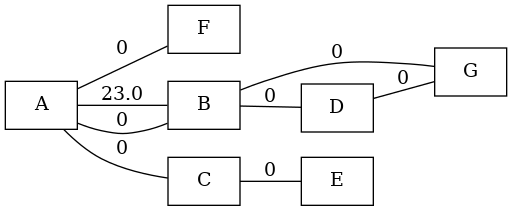
Earlier version of the Graphviz export test.gv.png (luisferuam/edyl-graph). Its source is kept beside it as test.gv.
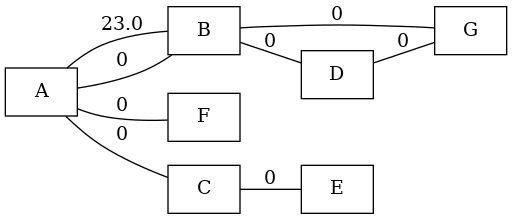
Later version of the same file.

What changed in the source:
```diff
@@ -2,19 +2,19 @@
   rankdir=LR;
 
   G[shape=box]
+  B[shape=box]
+  E[shape=box]
   F[shape=box]
-  D[shape=box]
-  E[shape=box]
-  B[shape=box]
   C[shape=box]
   A[shape=box]
+  D[shape=box]
 
+  D -- G[label="0"]
+  A -- B[label="23.0"]
+  A -- B[label="0"]
+  A -- F[label="0"]
+  C -- E[label="0"]
+  B -- D[label="0"]
   B -- G[label="0"]
-  A -- B[label="23.0"]
-  D -- G[label="0"]
-  A -- F[label="0"]
   A -- C[label="0"]
-  B -- D[label="0"]
-  A -- B[label="0"]
-  C -- E[label="0"]
 }
```
